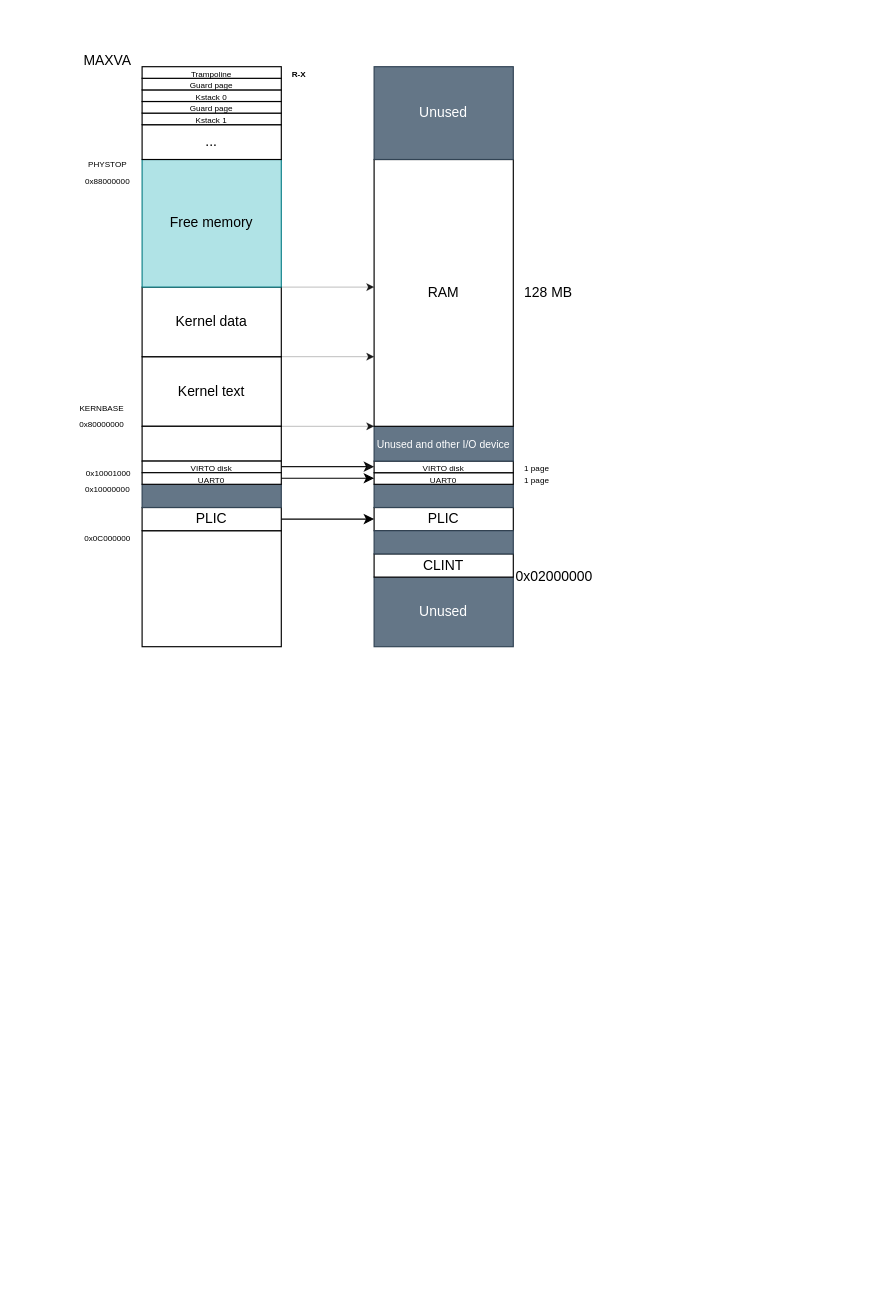
This is Untitled Diagram.drawio from Lam920/linux_from_scratch, a draw.io file, before an edit. Source tidied: cells renumbered, new cells numbered last; positions are measured from the earlier drawing's top-left corner, leaving out a move shared by most shapes. Both pictures are drawn from the tidied source at 116%, with x=0, y=0 at pixel (66, 43).
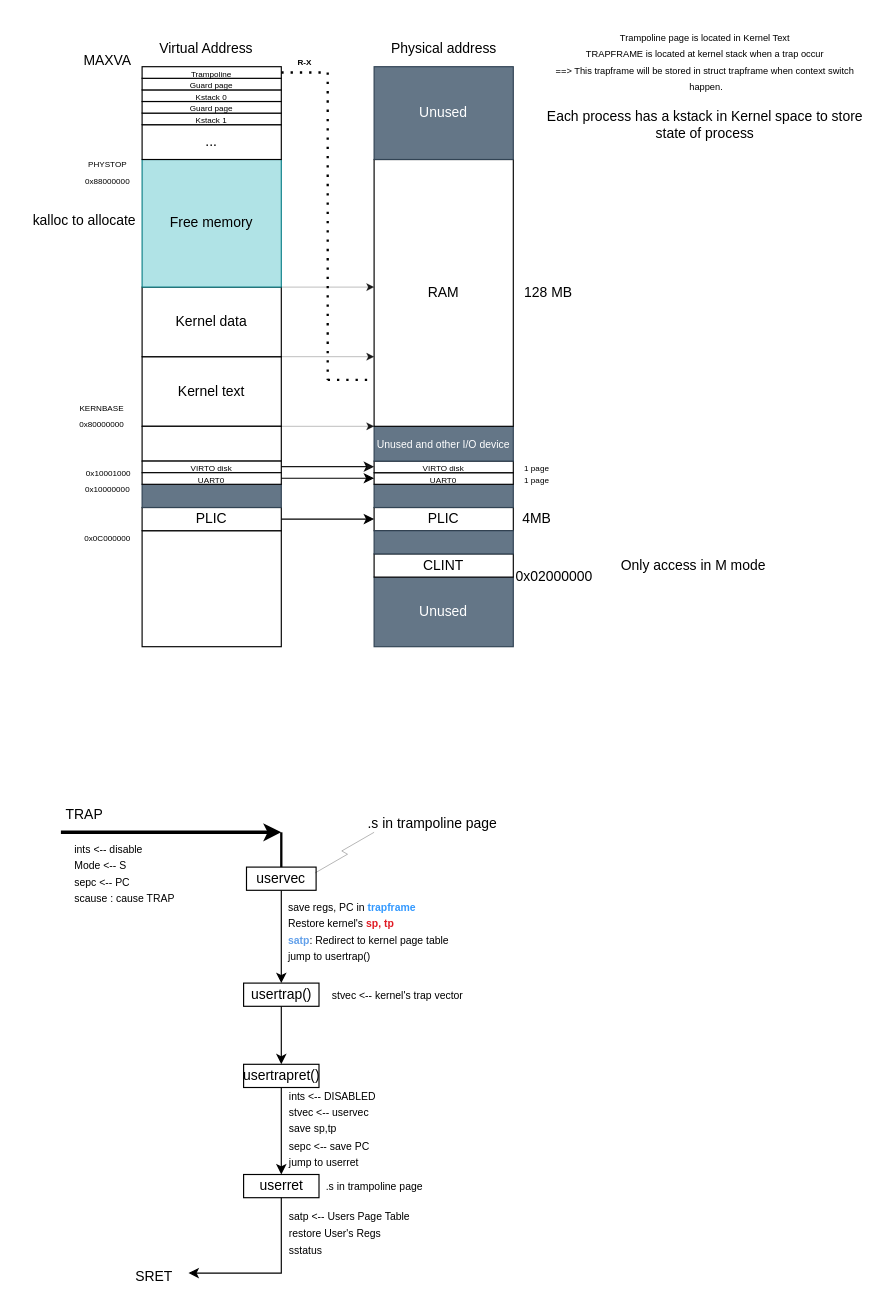
The same diagram, later.

The change refers to these unchanged cells:
```xml
<mxCell id="10" value="RAM" style="rounded=0;whiteSpace=wrap;html=1;" parent="1" vertex="1">
  <mxGeometry x="265" y="100" width="120" height="230" as="geometry" />
</mxCell>
<mxCell id="30" value="&lt;font style=&quot;font-size: 7px;&quot;&gt;Trampoline&lt;/font&gt;" style="rounded=0;whiteSpace=wrap;html=1;" parent="1" vertex="1">
  <mxGeometry x="65" y="20" width="120" height="10" as="geometry" />
</mxCell>
```

Diff of the diagram source:
```diff
@@
     <mxCell id="31" value="&lt;font style=&quot;font-size: 7px;&quot;&gt;&lt;b&gt;R-X&lt;/b&gt;&lt;/font&gt;" style="text;html=1;align=center;verticalAlign=middle;strokeColor=none;fillColor=none;" parent="1" vertex="1">
-      <mxGeometry x="180" y="10" width="40" height="30" as="geometry" />
+      <mxGeometry x="185" width="40" height="30" as="geometry" />
     </mxCell>
@@
+    <mxCell id="44" value="4MB" style="text;html=1;align=center;verticalAlign=middle;strokeColor=none;fillColor=none;" parent="1" vertex="1">
+      <mxGeometry x="380" y="395" width="50" height="30" as="geometry" />
+    </mxCell>
+    <mxCell id="45" value="Only access in M mode" style="text;html=1;align=center;verticalAlign=middle;strokeColor=none;fillColor=none;" parent="1" vertex="1">
+      <mxGeometry x="465" y="435" width="150" height="30" as="geometry" />
+    </mxCell>
+    <mxCell id="46" value="kalloc to allocate" style="text;html=1;align=center;verticalAlign=middle;strokeColor=none;fillColor=none;" parent="1" vertex="1">
+      <mxGeometry x="-40" y="138" width="110" height="30" as="geometry" />
+    </mxCell>
+    <mxCell id="47" style="endArrow=none;dashed=1;html=1;dashPattern=1 3;strokeWidth=2;rounded=0;exitX=1;exitY=0.5;exitDx=0;exitDy=0;" parent="1" edge="1" source="30">
+      <mxGeometry relative="1" as="geometry">
+        <mxPoint x="225" y="290" as="targetPoint" />
+        <Array as="points">
+          <mxPoint x="225" y="25" />
+        </Array>
+      </mxGeometry>
+    </mxCell>
+    <mxCell id="48" style="endArrow=none;dashed=1;html=1;dashPattern=1 3;strokeWidth=2;rounded=0;entryX=0;entryY=0.826;entryDx=0;entryDy=0;entryPerimeter=0;" parent="1" edge="1" target="10">
+      <mxGeometry relative="1" as="geometry">
+        <mxPoint x="225" y="290" as="sourcePoint" />
+      </mxGeometry>
+    </mxCell>
+    <mxCell id="49" value="&lt;div&gt;&lt;font style=&quot;font-size: 8px;&quot;&gt;Trampoline page is located in Kernel Text&lt;/font&gt;&lt;/div&gt;&lt;div&gt;&lt;font style=&quot;font-size: 8px;&quot;&gt;TRAPFRAME is located at kernel stack when a trap occur&lt;/font&gt;&lt;/div&gt;&lt;div&gt;&lt;font style=&quot;font-size: 8px;&quot;&gt;==&amp;gt; This trapframe will be stored in struct trapframe when context switch&lt;/font&gt;&lt;/div&gt;&lt;div&gt;&lt;font style=&quot;font-size: 8px;&quot;&gt;&amp;nbsp;happen.&lt;br&gt;&lt;/font&gt;&lt;/div&gt;" style="text;html=1;align=center;verticalAlign=middle;strokeColor=none;fillColor=none;" parent="1" vertex="1">
+      <mxGeometry x="410" y="-20" width="280" height="70" as="geometry" />
+    </mxCell>
+    <mxCell id="50" value="Physical address" style="text;html=1;align=center;verticalAlign=middle;strokeColor=none;fillColor=none;" parent="1" vertex="1">
+      <mxGeometry x="270" y="-10" width="110" height="30" as="geometry" />
+    </mxCell>
+    <mxCell id="51" value="Virtual Address" style="text;html=1;align=center;verticalAlign=middle;strokeColor=none;fillColor=none;" parent="1" vertex="1">
+      <mxGeometry x="70" y="-10" width="100" height="30" as="geometry" />
+    </mxCell>
+    <mxCell id="52" value="&lt;div&gt;Each process has a kstack in Kernel space to store&lt;/div&gt;&lt;div&gt;state of process&lt;br&gt;&lt;/div&gt;" style="text;html=1;align=center;verticalAlign=middle;strokeColor=none;fillColor=none;" parent="1" vertex="1">
+      <mxGeometry x="405" y="50" width="290" height="40" as="geometry" />
+    </mxCell>
+    <mxCell id="53" style="endArrow=classic;html=1;rounded=0;strokeWidth=3;" parent="1" edge="1">
+      <mxGeometry relative="1" as="geometry">
+        <mxPoint x="-5" y="680" as="sourcePoint" />
+        <mxPoint x="185" y="680" as="targetPoint" />
+      </mxGeometry>
+    </mxCell>
+    <mxCell id="54" value="TRAP" style="text;html=1;align=center;verticalAlign=middle;strokeColor=none;fillColor=none;" parent="1" vertex="1">
+      <mxGeometry x="-15" y="650" width="60" height="30" as="geometry" />
+    </mxCell>
+    <mxCell id="55" value="&lt;div align=&quot;left&quot;&gt;&lt;font style=&quot;font-size: 9px;&quot;&gt;ints &amp;lt;-- disable&lt;/font&gt;&lt;/div&gt;&lt;div align=&quot;left&quot;&gt;&lt;font style=&quot;font-size: 9px;&quot;&gt;Mode &amp;lt;-- S&lt;/font&gt;&lt;/div&gt;&lt;div align=&quot;left&quot;&gt;&lt;font style=&quot;font-size: 9px;&quot;&gt;sepc &amp;lt;-- PC&lt;/font&gt;&lt;/div&gt;&lt;div align=&quot;left&quot;&gt;&lt;font style=&quot;font-size: 9px;&quot;&gt;scause : cause TRAP&lt;br&gt;&lt;/font&gt;&lt;/div&gt;" style="text;html=1;align=left;verticalAlign=middle;strokeColor=none;fillColor=none;" parent="1" vertex="1">
+      <mxGeometry x="5" y="680" width="110" height="70" as="geometry" />
+    </mxCell>
+    <mxCell id="56" style="edgeStyle=orthogonalEdgeStyle;rounded=0;jettySize=auto;html=1;" parent="1" edge="1" source="57" target="59">
+      <mxGeometry relative="1" as="geometry" />
+    </mxCell>
+    <mxCell id="57" value="uservec" style="rounded=0;whiteSpace=wrap;html=1;" parent="1" vertex="1">
+      <mxGeometry x="155" y="710" width="60" height="20" as="geometry" />
+    </mxCell>
+    <mxCell id="58" style="edgeStyle=orthogonalEdgeStyle;rounded=0;jettySize=auto;html=1;" parent="1" edge="1" source="59" target="66">
+      <mxGeometry relative="1" as="geometry" />
+    </mxCell>
+    <mxCell id="59" value="usertrap()" style="rounded=0;whiteSpace=wrap;html=1;" parent="1" vertex="1">
+      <mxGeometry x="152.5" y="810" width="65" height="20" as="geometry" />
+    </mxCell>
+    <mxCell id="60" value="&lt;div align=&quot;left&quot;&gt;&lt;font style=&quot;font-size: 9px;&quot;&gt;save regs, PC in &lt;font color=&quot;#3399ff&quot;&gt;&lt;b&gt;trapframe&lt;/b&gt;&lt;/font&gt;&lt;/font&gt;&lt;/div&gt;&lt;div align=&quot;left&quot;&gt;&lt;font style=&quot;font-size: 9px;&quot;&gt;Restore kernel's&lt;b&gt; &lt;font color=&quot;#e01b24&quot;&gt;sp, tp&lt;/font&gt;&lt;/b&gt;&lt;/font&gt;&lt;/div&gt;&lt;div align=&quot;left&quot;&gt;&lt;font style=&quot;font-size: 9px;&quot;&gt;&lt;font color=&quot;#62a0ea&quot;&gt;&lt;b&gt;satp&lt;/b&gt;&lt;/font&gt;: Redirect to kernel page table&lt;/font&gt;&lt;/div&gt;&lt;div align=&quot;left&quot;&gt;&lt;font style=&quot;font-size: 9px;&quot;&gt;jump to usertrap()&lt;br&gt;&lt;/font&gt;&lt;/div&gt;" style="text;html=1;align=center;verticalAlign=middle;strokeColor=none;fillColor=none;" parent="1" vertex="1">
+      <mxGeometry x="180" y="730" width="160" height="70" as="geometry" />
+    </mxCell>
+    <mxCell id="61" style="line;strokeWidth=2;direction=south;html=1;" parent="1" vertex="1">
+      <mxGeometry x="180" y="680" width="10" height="30" as="geometry" />
+    </mxCell>
+    <mxCell id="62" style="edgeStyle=isometricEdgeStyle;endArrow=none;html=1;rounded=0;strokeWidth=0.25;" parent="1" edge="1">
+      <mxGeometry relative="1" as="geometry">
+        <mxPoint x="214.2" y="715" as="sourcePoint" />
+        <mxPoint x="265" y="680" as="targetPoint" />
+      </mxGeometry>
+    </mxCell>
+    <mxCell id="63" value=".s in trampoline page" style="text;html=1;align=center;verticalAlign=middle;strokeColor=none;fillColor=none;" parent="1" vertex="1">
+      <mxGeometry x="250" y="658" width="130" height="30" as="geometry" />
+    </mxCell>
+    <mxCell id="64" value="&lt;font style=&quot;font-size: 9px;&quot;&gt;stvec &amp;lt;-- kernel's trap vector&lt;/font&gt;" style="text;html=1;align=center;verticalAlign=middle;strokeColor=none;fillColor=none;" parent="1" vertex="1">
+      <mxGeometry x="215" y="805" width="140" height="30" as="geometry" />
+    </mxCell>
+    <mxCell id="65" style="edgeStyle=orthogonalEdgeStyle;rounded=0;jettySize=auto;html=1;" parent="1" edge="1" source="66" target="67">
+      <mxGeometry relative="1" as="geometry" />
+    </mxCell>
+    <mxCell id="66" value="usertrapret()" style="rounded=0;whiteSpace=wrap;html=1;" parent="1" vertex="1">
+      <mxGeometry x="152.5" y="880" width="65" height="20" as="geometry" />
+    </mxCell>
+    <mxCell id="67" value="userret" style="rounded=0;whiteSpace=wrap;html=1;" parent="1" vertex="1">
+      <mxGeometry x="152.5" y="975" width="65" height="20" as="geometry" />
+    </mxCell>
+    <mxCell id="68" value="&lt;font style=&quot;font-size: 9px;&quot;&gt;.s in trampoline page&lt;br&gt;&lt;/font&gt;" style="text;html=1;align=center;verticalAlign=middle;strokeColor=none;fillColor=none;" parent="1" vertex="1">
+      <mxGeometry x="210" y="970" width="110" height="30" as="geometry" />
+    </mxCell>
+    <mxCell id="69" value="&lt;div&gt;&lt;font style=&quot;font-size: 9px;&quot;&gt;ints &amp;lt;-- DISABLED&lt;/font&gt;&lt;/div&gt;&lt;div&gt;&lt;font style=&quot;font-size: 9px;&quot;&gt;stvec &amp;lt;-- uservec&lt;/font&gt;&lt;/div&gt;&lt;div&gt;&lt;font style=&quot;font-size: 9px;&quot;&gt;save sp,tp&lt;/font&gt;&lt;/div&gt;&lt;div&gt;&lt;font style=&quot;font-size: 9px;&quot;&gt;sepc &amp;lt;-- save PC&lt;/font&gt;&lt;/div&gt;&lt;div&gt;&lt;font style=&quot;font-size: 9px;&quot;&gt;jump to userret&lt;br&gt;&lt;/font&gt;&lt;/div&gt;" style="text;html=1;align=left;verticalAlign=middle;strokeColor=none;fillColor=none;" parent="1" vertex="1">
+      <mxGeometry x="190" y="890" width="100" height="90" as="geometry" />
+    </mxCell>
+    <mxCell id="70" style="endArrow=classic;html=1;rounded=0;" parent="1" edge="1">
+      <mxGeometry relative="1" as="geometry">
+        <mxPoint x="185" y="995" as="sourcePoint" />
+        <mxPoint x="105" y="1060" as="targetPoint" />
+        <Array as="points">
+          <mxPoint x="185" y="1060" />
+        </Array>
+      </mxGeometry>
+    </mxCell>
+    <mxCell id="71" value="SRET" style="text;html=1;align=center;verticalAlign=middle;strokeColor=none;fillColor=none;" parent="1" vertex="1">
+      <mxGeometry x="45" y="1048" width="60" height="30" as="geometry" />
+    </mxCell>
+    <mxCell id="72" value="&lt;div&gt;&lt;font style=&quot;font-size: 9px;&quot;&gt;satp &amp;lt;-- Users Page Table&lt;/font&gt;&lt;/div&gt;&lt;div&gt;&lt;font style=&quot;font-size: 9px;&quot;&gt;restore User's Regs&lt;/font&gt;&lt;/div&gt;&lt;div&gt;&lt;font style=&quot;font-size: 9px;&quot;&gt;sstatus&lt;br&gt;&lt;/font&gt;&lt;/div&gt;" style="text;html=1;align=left;verticalAlign=middle;strokeColor=none;fillColor=none;" parent="1" vertex="1">
+      <mxGeometry x="190" y="995" width="130" height="60" as="geometry" />
+    </mxCell>
```
